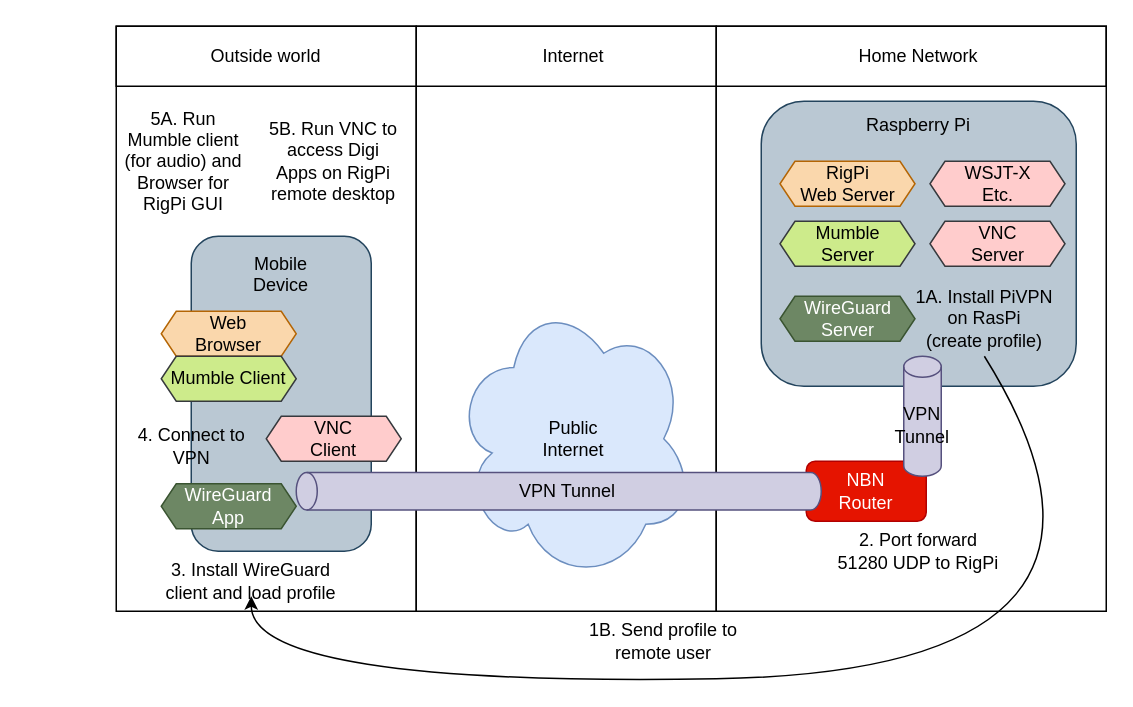
Earlier version of the draw.io diagram diagrams/Untitled Diagram.drawio (StevPem/SPARC-Club-Station-Remote-Control). Source tidied: cells renumbered, new cells numbered last; positions are measured from the earlier drawing's top-left corner, leaving out a move shared by most shapes. Both pictures are drawn from the tidied source at 150%, with x=0, y=0 at pixel (116, 26).
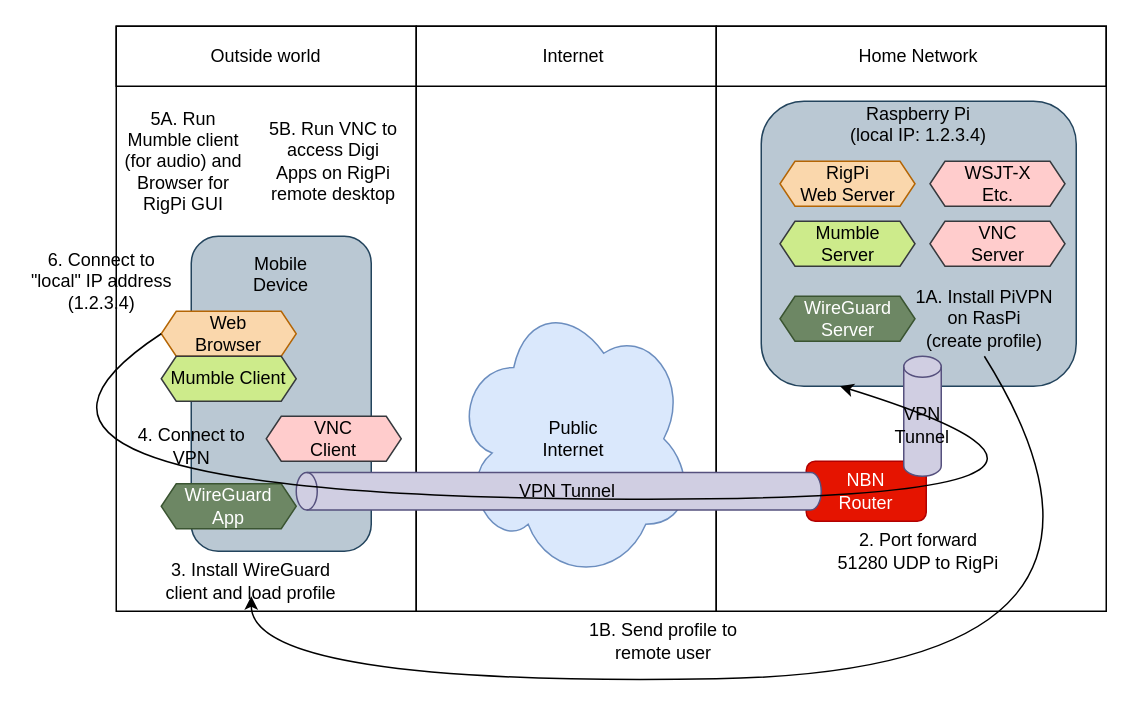
After the change.

The change refers to these unchanged cells:
```xml
<mxCell id="10" value="&lt;div&gt;Web&lt;/div&gt;&lt;div&gt;Browser&lt;br&gt;&lt;/div&gt;" style="shape=hexagon;perimeter=hexagonPerimeter2;whiteSpace=wrap;html=1;fixedSize=1;size=10;fillColor=#fad7ac;strokeColor=#b46504;" parent="1" vertex="1">
  <mxGeometry x="30" y="190" width="90" height="30" as="geometry" />
</mxCell>
```

The edit, as a diff of the source:
```diff
@@
-    <mxCell id="7" value="&lt;div&gt;Raspberry Pi&lt;/div&gt;&lt;div&gt;&lt;br&gt;&lt;/div&gt;&lt;div&gt;&lt;br&gt;&lt;/div&gt;&lt;div&gt;&lt;br&gt;&lt;/div&gt;&lt;div&gt;&lt;br&gt;&lt;/div&gt;&lt;div&gt;&lt;br&gt;&lt;/div&gt;&lt;div&gt;&lt;br&gt;&lt;/div&gt;&lt;div&gt;&lt;br&gt;&lt;/div&gt;&lt;div&gt;&lt;br&gt;&lt;/div&gt;&lt;div&gt;&lt;br&gt;&lt;/div&gt;&lt;div&gt;&lt;br&gt;&lt;/div&gt;&lt;div&gt;&lt;br&gt;&lt;/div&gt;" style="rounded=1;whiteSpace=wrap;html=1;fillColor=#bac8d3;strokeColor=#23445d;" parent="1" vertex="1">
+    <mxCell id="7" value="&lt;div&gt;Raspberry Pi&lt;/div&gt;&lt;div&gt;(local IP: 1.2.3.4)&lt;br&gt;&lt;/div&gt;&lt;div&gt;&lt;br&gt;&lt;/div&gt;&lt;div&gt;&lt;br&gt;&lt;/div&gt;&lt;div&gt;&lt;br&gt;&lt;/div&gt;&lt;div&gt;&lt;br&gt;&lt;/div&gt;&lt;div&gt;&lt;br&gt;&lt;/div&gt;&lt;div&gt;&lt;br&gt;&lt;/div&gt;&lt;div&gt;&lt;br&gt;&lt;/div&gt;&lt;div&gt;&lt;br&gt;&lt;/div&gt;&lt;div&gt;&lt;br&gt;&lt;/div&gt;&lt;div&gt;&lt;br&gt;&lt;/div&gt;&lt;div&gt;&lt;br&gt;&lt;/div&gt;" style="rounded=1;whiteSpace=wrap;html=1;fillColor=#bac8d3;strokeColor=#23445d;" parent="1" vertex="1">
       <mxGeometry x="430" y="50" width="210" height="190" as="geometry" />
     </mxCell>
@@
+    <mxCell id="32" style="curved=1;endArrow=classic;html=1;exitX=0;exitY=0.5;exitDx=0;exitDy=0;entryX=0.25;entryY=1;entryDx=0;entryDy=0;" parent="1" edge="1" source="10" target="7">
+      <mxGeometry relative="1" as="geometry">
+        <Array as="points">
+          <mxPoint x="-130" y="310" />
+          <mxPoint x="740" y="320" />
+        </Array>
+      </mxGeometry>
+    </mxCell>
+    <mxCell id="33" value="6. Connect to &quot;local&quot; IP address (1.2.3.4)" style="text;html=1;strokeColor=none;fillColor=none;align=center;verticalAlign=middle;whiteSpace=wrap;rounded=0;" parent="1" vertex="1">
+      <mxGeometry x="-60" y="160" width="101" height="20" as="geometry" />
+    </mxCell>
```
